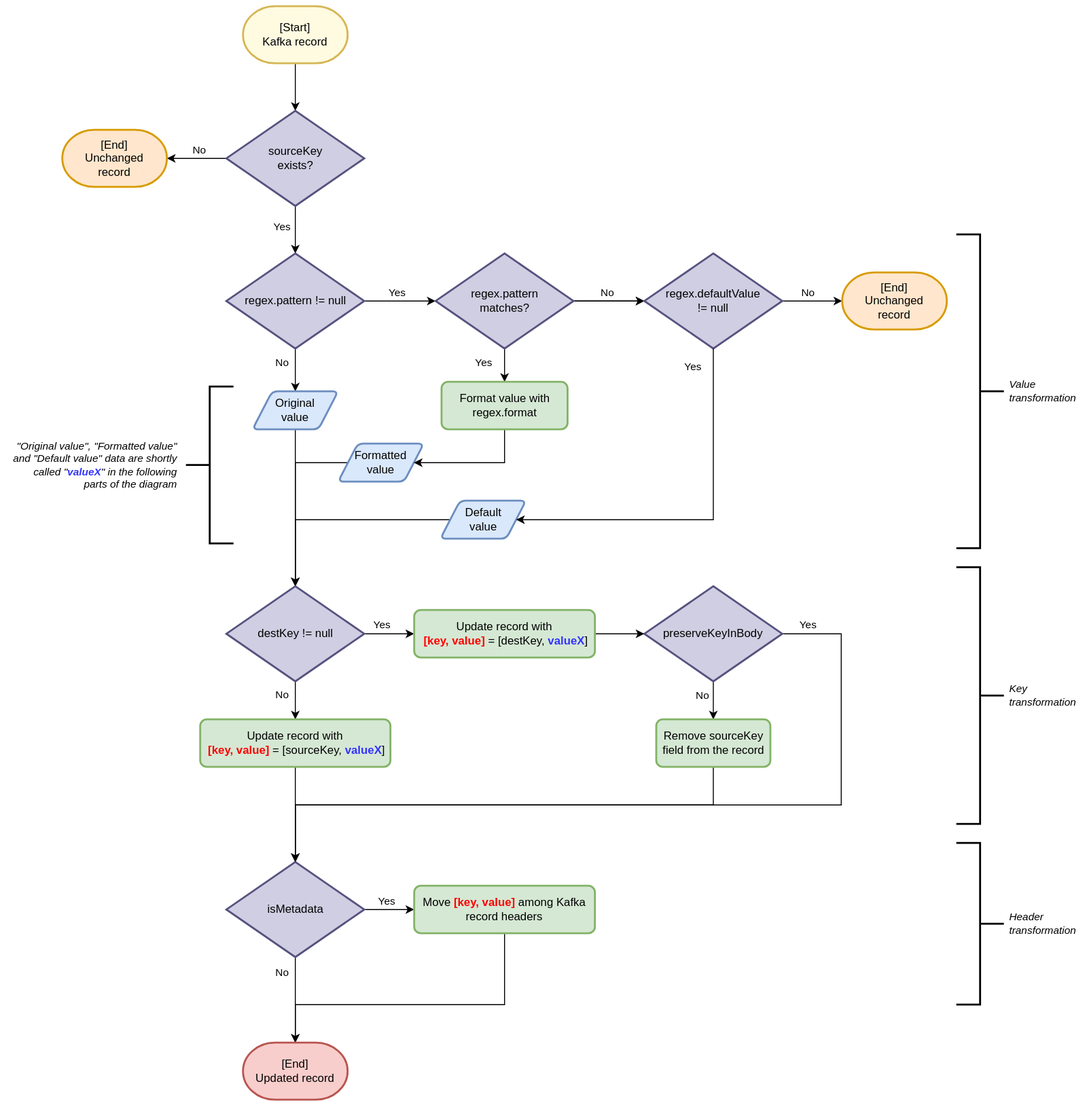
This is doc/architecture-flowchart.svg from IBM/kafka-connect-splunk-transformer, a draw.io export, as it was before one commit. Source tidied: cells renumbered, new cells last; positions are measured from the earlier drawing's top-left corner, leaving out a move shared by most shapes.
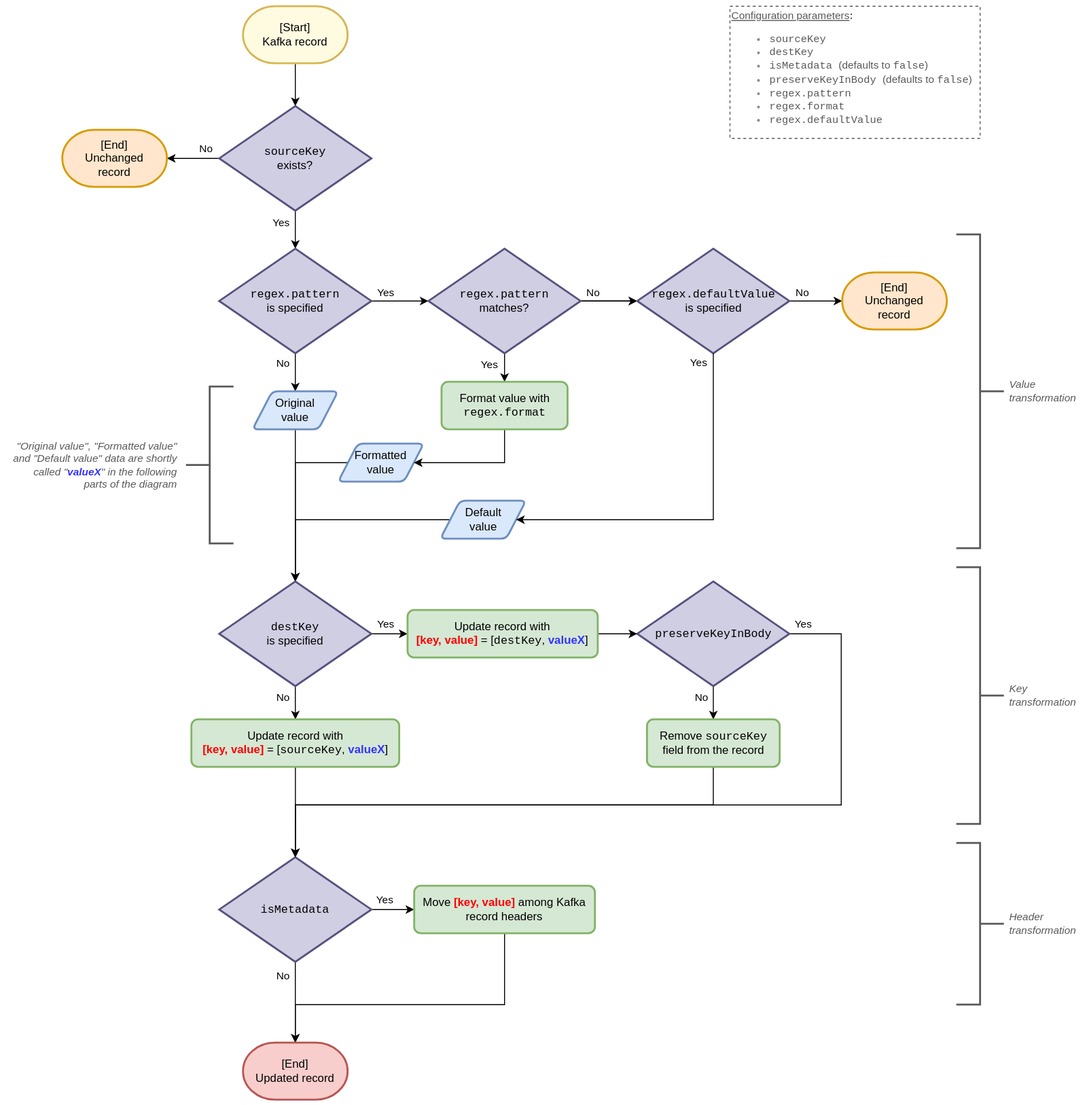
The same diagram one commit later.

Commit message:
Update flowchart diagram

What changed in the source:
```diff
@@ -15,3 +15,3 @@
       <mxGeometry x="-0.03" y="1" relative="1" as="geometry">
-        <mxPoint x="1" y="-11" as="offset" />
+        <mxPoint x="12.9" y="-12" as="offset" />
       </mxGeometry>
@@ -23,7 +23,7 @@
       <mxGeometry x="-0.15" y="-2" relative="1" as="geometry">
-        <mxPoint x="-13" as="offset" />
+        <mxPoint x="-14" y="-4.1" as="offset" />
       </mxGeometry>
     </mxCell>
-    <mxCell id="8" value="sourceKey&lt;br&gt;exists?" style="strokeWidth=2;html=1;shape=mxgraph.flowchart.decision;whiteSpace=wrap;fillColor=#d0cee2;strokeColor=#56517e;" parent="1" vertex="1">
-      <mxGeometry x="232.5" y="110" width="145" height="100" as="geometry" />
+    <mxCell id="8" value="&lt;font face=&quot;Courier New&quot;&gt;sourceKey&lt;/font&gt;&lt;br&gt;exists?" style="strokeWidth=2;html=1;shape=mxgraph.flowchart.decision;whiteSpace=wrap;fillColor=#d0cee2;strokeColor=#56517e;" parent="1" vertex="1">
+      <mxGeometry x="225" y="105" width="160" height="110" as="geometry" />
     </mxCell>
@@ -37,3 +37,3 @@
       <mxGeometry x="0.2" y="2" relative="1" as="geometry">
-        <mxPoint x="-11.5" y="-8" as="offset" />
+        <mxPoint x="-21.9" y="-8" as="offset" />
       </mxGeometry>
@@ -45,7 +45,7 @@
       <mxGeometry x="-0.38" y="-3" relative="1" as="geometry">
-        <mxPoint x="-12" as="offset" />
+        <mxPoint x="-11" y="-2" as="offset" />
       </mxGeometry>
     </mxCell>
-    <mxCell id="14" value="regex.pattern != null" style="strokeWidth=2;html=1;shape=mxgraph.flowchart.decision;whiteSpace=wrap;fillColor=#d0cee2;strokeColor=#56517e;" parent="1" vertex="1">
-      <mxGeometry x="232.5" y="260" width="145" height="100" as="geometry" />
+    <mxCell id="14" value="&lt;font face=&quot;Courier New&quot;&gt;regex.pattern&lt;/font&gt;&lt;br&gt;is specified" style="strokeWidth=2;html=1;shape=mxgraph.flowchart.decision;whiteSpace=wrap;fillColor=#d0cee2;strokeColor=#56517e;" parent="1" vertex="1">
+      <mxGeometry x="225" y="255" width="160" height="110" as="geometry" />
     </mxCell>
@@ -56,3 +56,3 @@
       <mxGeometry x="-0.24" relative="1" as="geometry">
-        <mxPoint x="6.5" y="-10" as="offset" />
+        <mxPoint x="-9.8" y="-10" as="offset" />
       </mxGeometry>
@@ -64,3 +64,3 @@
       <mxGeometry x="-0.38" relative="1" as="geometry">
-        <mxPoint x="-22.5" as="offset" />
+        <mxPoint x="-16.5" y="-4.7" as="offset" />
       </mxGeometry>
@@ -70,4 +70,4 @@
     </mxCell>
-    <mxCell id="20" value="regex.pattern&lt;br&gt;matches?" style="strokeWidth=2;html=1;shape=mxgraph.flowchart.decision;whiteSpace=wrap;fillColor=#d0cee2;strokeColor=#56517e;" parent="1" vertex="1">
-      <mxGeometry x="452.5" y="260" width="145" height="100" as="geometry" />
+    <mxCell id="20" value="&lt;font face=&quot;Courier New&quot;&gt;regex.pattern&lt;/font&gt;&lt;br&gt;matches?" style="strokeWidth=2;html=1;shape=mxgraph.flowchart.decision;whiteSpace=wrap;fillColor=#d0cee2;strokeColor=#56517e;" parent="1" vertex="1">
+      <mxGeometry x="445" y="255" width="160" height="110" as="geometry" />
     </mxCell>
@@ -94,3 +94,3 @@
       <mxGeometry x="-0.17" relative="1" as="geometry">
-        <mxPoint y="-10" as="offset" />
+        <mxPoint x="-10.3" y="-10" as="offset" />
       </mxGeometry>
@@ -104,4 +104,4 @@
     </mxCell>
-    <mxCell id="28" value="regex.defaultValue&lt;br&gt;!= null" style="strokeWidth=2;html=1;shape=mxgraph.flowchart.decision;whiteSpace=wrap;fillColor=#d0cee2;strokeColor=#56517e;" parent="1" vertex="1">
-      <mxGeometry x="672" y="260" width="145" height="100" as="geometry" />
+    <mxCell id="28" value="&lt;font face=&quot;Courier New&quot;&gt;regex.defaultValue&lt;br&gt;&lt;/font&gt;is specified" style="strokeWidth=2;html=1;shape=mxgraph.flowchart.decision;whiteSpace=wrap;fillColor=#d0cee2;strokeColor=#56517e;verticalAlign=middle;" parent="1" vertex="1">
+      <mxGeometry x="664.5" y="255" width="160" height="110" as="geometry" />
     </mxCell>
@@ -115,3 +115,3 @@
       <mxGeometry x="-0.33" y="2" relative="1" as="geometry">
-        <mxPoint y="-8" as="offset" />
+        <mxPoint y="-9" as="offset" />
       </mxGeometry>
@@ -123,7 +123,7 @@
       <mxGeometry x="-0.33" y="-2" relative="1" as="geometry">
-        <mxPoint x="-13" as="offset" />
+        <mxPoint x="-12" y="-1" as="offset" />
       </mxGeometry>
     </mxCell>
-    <mxCell id="34" value="destKey != null" style="strokeWidth=2;html=1;shape=mxgraph.flowchart.decision;whiteSpace=wrap;fillColor=#d0cee2;strokeColor=#56517e;" parent="1" vertex="1">
-      <mxGeometry x="232.5" y="610" width="145" height="100" as="geometry" />
+    <mxCell id="34" value="&lt;font face=&quot;Courier New&quot;&gt;destKey&lt;/font&gt;&lt;br&gt;is specified" style="strokeWidth=2;html=1;shape=mxgraph.flowchart.decision;whiteSpace=wrap;fillColor=#d0cee2;strokeColor=#56517e;" parent="1" vertex="1">
+      <mxGeometry x="225" y="605" width="160" height="110" as="geometry" />
     </mxCell>
@@ -136,3 +136,3 @@
     </mxCell>
-    <mxCell id="36" value="Format value with regex.format" style="rounded=1;whiteSpace=wrap;html=1;absoluteArcSize=1;arcSize=14;strokeWidth=2;fontSize=12;fillColor=#d5e8d4;strokeColor=#82b366;" parent="1" vertex="1">
+    <mxCell id="36" value="Format value with&lt;br&gt;&lt;font face=&quot;Courier New&quot;&gt;regex.format&lt;/font&gt;" style="rounded=1;whiteSpace=wrap;html=1;absoluteArcSize=1;arcSize=14;strokeWidth=2;fontSize=12;fillColor=#d5e8d4;strokeColor=#82b366;" parent="1" vertex="1">
       <mxGeometry x="458.8" y="395" width="132.5" height="50" as="geometry" />
@@ -151,3 +151,3 @@
       <mxGeometry x="-0.82" y="-3" relative="1" as="geometry">
-        <mxPoint x="-19.5" y="-17" as="offset" />
+        <mxPoint x="-12.5" y="-24.3" as="offset" />
       </mxGeometry>
@@ -165,3 +165,3 @@
       <mxGeometry x="-0.94" relative="1" as="geometry">
-        <mxPoint y="-10" as="offset" />
+        <mxPoint x="-11" y="-11" as="offset" />
       </mxGeometry>
@@ -173,7 +173,7 @@
       <mxGeometry x="-0.29" relative="1" as="geometry">
-        <mxPoint x="-12.5" as="offset" />
+        <mxPoint x="-13.5" y="-5" as="offset" />
       </mxGeometry>
     </mxCell>
-    <mxCell id="44" value="preserveKeyInBody" style="strokeWidth=2;html=1;shape=mxgraph.flowchart.decision;whiteSpace=wrap;fillColor=#d0cee2;strokeColor=#56517e;" parent="1" vertex="1">
-      <mxGeometry x="672" y="610" width="145" height="100" as="geometry" />
+    <mxCell id="44" value="&lt;font face=&quot;Courier New&quot;&gt;preserveKeyInBody&lt;/font&gt;" style="strokeWidth=2;html=1;shape=mxgraph.flowchart.decision;whiteSpace=wrap;fillColor=#d0cee2;strokeColor=#56517e;" parent="1" vertex="1">
+      <mxGeometry x="664.5" y="605" width="160" height="110" as="geometry" />
     </mxCell>
@@ -187,4 +187,4 @@
     </mxCell>
-    <mxCell id="46" value="Remove sourceKey field from the record" style="rounded=1;whiteSpace=wrap;html=1;absoluteArcSize=1;arcSize=14;strokeWidth=2;fontSize=12;fillColor=#d5e8d4;strokeColor=#82b366;" parent="1" vertex="1">
-      <mxGeometry x="684.5" y="750" width="120" height="50" as="geometry" />
+    <mxCell id="46" value="Remove &lt;font face=&quot;Courier New&quot;&gt;sourceKey&lt;/font&gt;&lt;br&gt;field from the record" style="rounded=1;whiteSpace=wrap;html=1;absoluteArcSize=1;arcSize=14;strokeWidth=2;fontSize=12;fillColor=#d5e8d4;strokeColor=#82b366;" parent="1" vertex="1">
+      <mxGeometry x="674.8" y="750" width="139.5" height="50" as="geometry" />
     </mxCell>
@@ -193,9 +193,9 @@
     </mxCell>
-    <mxCell id="48" value="Update record with&lt;br&gt;&lt;font color=&quot;#ff0000&quot;&gt;&amp;nbsp;&lt;b&gt;[key, value]&lt;/b&gt;&lt;/font&gt; = [destKey, &lt;b&gt;&lt;font color=&quot;#3333ff&quot;&gt;valueX&lt;/font&gt;&lt;/b&gt;]" style="rounded=1;whiteSpace=wrap;html=1;absoluteArcSize=1;arcSize=14;strokeWidth=2;fontSize=12;fillColor=#d5e8d4;strokeColor=#82b366;" parent="1" vertex="1">
-      <mxGeometry x="430" y="635" width="190" height="50" as="geometry" />
+    <mxCell id="48" value="Update record with&lt;br&gt;&lt;font color=&quot;#ff0000&quot;&gt;&lt;b&gt;[key, value]&lt;/b&gt;&lt;/font&gt; = [&lt;font face=&quot;Courier New&quot;&gt;destKey&lt;/font&gt;, &lt;b&gt;&lt;font color=&quot;#3333ff&quot;&gt;valueX&lt;/font&gt;&lt;/b&gt;]" style="rounded=1;whiteSpace=wrap;html=1;absoluteArcSize=1;arcSize=14;strokeWidth=2;fontSize=12;fillColor=#d5e8d4;strokeColor=#82b366;" parent="1" vertex="1">
+      <mxGeometry x="423" y="635" width="200" height="50" as="geometry" />
     </mxCell>
-    <mxCell id="49" style="strokeWidth=2;html=1;shape=mxgraph.flowchart.annotation_2;align=left;labelPosition=right;fontSize=11;" parent="1" vertex="1">
+    <mxCell id="49" style="strokeWidth=2;html=1;shape=mxgraph.flowchart.annotation_2;align=left;labelPosition=right;fontSize=11;fillColor=#f5f5f5;strokeColor=#595959;fontColor=#595959;" parent="1" vertex="1">
       <mxGeometry x="190" y="400" width="50" height="165" as="geometry" />
     </mxCell>
-    <mxCell id="50" value="&quot;Original value&quot;, &quot;Formatted value&quot;&lt;br&gt;and &quot;Default value&quot; data are shortly&lt;br&gt;called &quot;&lt;b&gt;&lt;font color=&quot;#3333ff&quot;&gt;valueX&lt;/font&gt;&lt;/b&gt;&quot; in the following&lt;br&gt;parts of the diagram" style="text;html=1;align=right;verticalAlign=middle;fontSize=11;fontStyle=2;" parent="1" vertex="1">
+    <mxCell id="50" value="&quot;Original value&quot;, &quot;Formatted value&quot;&lt;br&gt;and &quot;Default value&quot; data are shortly&lt;br&gt;called &quot;&lt;b&gt;&lt;font color=&quot;#3333ff&quot;&gt;valueX&lt;/font&gt;&lt;/b&gt;&quot; in the following&lt;br&gt;parts of the diagram" style="text;html=1;align=right;verticalAlign=middle;fontSize=11;fontStyle=2;fontColor=#595959;" parent="1" vertex="1">
       <mxGeometry y="454.5" width="182" height="56" as="geometry" />
@@ -207,3 +207,3 @@
       <mxGeometry x="-0.22" y="2" relative="1" as="geometry">
-        <mxPoint x="1.5" y="-8" as="offset" />
+        <mxPoint x="-4.5" y="-9" as="offset" />
       </mxGeometry>
@@ -215,7 +215,7 @@
       <mxGeometry x="-0.56" y="1" relative="1" as="geometry">
-        <mxPoint x="-16" y="-5" as="offset" />
+        <mxPoint x="-15" y="-5" as="offset" />
       </mxGeometry>
     </mxCell>
-    <mxCell id="55" value="isMetadata" style="strokeWidth=2;html=1;shape=mxgraph.flowchart.decision;whiteSpace=wrap;fillColor=#d0cee2;strokeColor=#56517e;" parent="1" vertex="1">
-      <mxGeometry x="232.5" y="900" width="145" height="100" as="geometry" />
+    <mxCell id="55" value="&lt;font face=&quot;Courier New&quot;&gt;isMetadata&lt;/font&gt;" style="strokeWidth=2;html=1;shape=mxgraph.flowchart.decision;whiteSpace=wrap;fillColor=#d0cee2;strokeColor=#56517e;" parent="1" vertex="1">
+      <mxGeometry x="225" y="895" width="160" height="110" as="geometry" />
     </mxCell>
@@ -224,15 +224,15 @@
     </mxCell>
-    <mxCell id="57" value="Update record with&lt;br&gt;&amp;nbsp;&lt;font color=&quot;#ff0000&quot;&gt;&lt;b&gt;[key, value]&lt;/b&gt;&lt;/font&gt; = [sourceKey, &lt;b&gt;&lt;font color=&quot;#3333ff&quot;&gt;valueX&lt;/font&gt;&lt;/b&gt;]" style="rounded=1;whiteSpace=wrap;html=1;absoluteArcSize=1;arcSize=14;strokeWidth=2;fontSize=12;fillColor=#d5e8d4;strokeColor=#82b366;" parent="1" vertex="1">
-      <mxGeometry x="205" y="750" width="200" height="50" as="geometry" />
+    <mxCell id="57" value="Update record with&lt;br&gt;&lt;font color=&quot;#ff0000&quot;&gt;&lt;b&gt;[key, value]&lt;/b&gt;&lt;/font&gt; = [&lt;font face=&quot;Courier New&quot;&gt;sourceKey&lt;/font&gt;, &lt;font color=&quot;#3333ff&quot; style=&quot;font-weight: bold&quot;&gt;valueX&lt;/font&gt;]" style="rounded=1;whiteSpace=wrap;html=1;absoluteArcSize=1;arcSize=14;strokeWidth=2;fontSize=12;fillColor=#d5e8d4;strokeColor=#82b366;" parent="1" vertex="1">
+      <mxGeometry x="195.8" y="750" width="218.5" height="50" as="geometry" />
     </mxCell>
-    <mxCell id="58" style="strokeWidth=2;html=1;shape=mxgraph.flowchart.annotation_2;align=left;labelPosition=right;fontSize=11;rotation=-180;" parent="1" vertex="1">
+    <mxCell id="58" style="strokeWidth=2;html=1;shape=mxgraph.flowchart.annotation_2;align=left;labelPosition=right;fontSize=11;rotation=-180;fillColor=#f5f5f5;strokeColor=#595959;fontColor=#595959;" parent="1" vertex="1">
       <mxGeometry x="1000" y="240" width="50" height="330" as="geometry" />
     </mxCell>
-    <mxCell id="59" value="Value&lt;br&gt;transformation" style="text;html=1;align=left;verticalAlign=middle;fontSize=11;fontStyle=2;" parent="1" vertex="1">
+    <mxCell id="59" value="Value&lt;br&gt;transformation" style="text;html=1;align=left;verticalAlign=middle;fontSize=11;fontStyle=2;fontColor=#595959;" parent="1" vertex="1">
       <mxGeometry x="1054" y="390" width="80" height="30" as="geometry" />
     </mxCell>
-    <mxCell id="60" style="strokeWidth=2;html=1;shape=mxgraph.flowchart.annotation_2;align=left;labelPosition=right;fontSize=11;rotation=-180;" parent="1" vertex="1">
+    <mxCell id="60" style="strokeWidth=2;html=1;shape=mxgraph.flowchart.annotation_2;align=left;labelPosition=right;fontSize=11;rotation=-180;strokeColor=#595959;fontColor=#595959;" parent="1" vertex="1">
       <mxGeometry x="1000" y="590" width="50" height="270" as="geometry" />
     </mxCell>
-    <mxCell id="61" value="Key&lt;br&gt;transformation" style="text;html=1;align=left;verticalAlign=middle;fontSize=11;fontStyle=2;" parent="1" vertex="1">
+    <mxCell id="61" value="Key&lt;br&gt;transformation" style="text;html=1;align=left;verticalAlign=middle;fontSize=11;fontStyle=2;fontColor=#595959;" parent="1" vertex="1">
       <mxGeometry x="1054" y="710" width="80" height="30" as="geometry" />
@@ -253,8 +253,11 @@
     </mxCell>
-    <mxCell id="65" style="strokeWidth=2;html=1;shape=mxgraph.flowchart.annotation_2;align=left;labelPosition=right;fontSize=11;rotation=-180;" parent="1" vertex="1">
+    <mxCell id="65" style="strokeWidth=2;html=1;shape=mxgraph.flowchart.annotation_2;align=left;labelPosition=right;fontSize=11;rotation=-180;strokeColor=#595959;fontColor=#595959;" parent="1" vertex="1">
       <mxGeometry x="1000" y="880" width="50" height="170" as="geometry" />
     </mxCell>
-    <mxCell id="66" value="Header&lt;br&gt;transformation" style="text;html=1;align=left;verticalAlign=middle;fontSize=11;fontStyle=2;" parent="1" vertex="1">
+    <mxCell id="66" value="Header&lt;br&gt;transformation" style="text;html=1;align=left;verticalAlign=middle;fontSize=11;fontStyle=2;fontColor=#595959;" parent="1" vertex="1">
       <mxGeometry x="1054" y="950" width="80" height="30" as="geometry" />
     </mxCell>
+    <mxCell id="67" value="&lt;font color=&quot;#595959&quot; style=&quot;font-size: 11px&quot;&gt;&lt;u&gt;Configuration parameters&lt;/u&gt;&lt;b&gt;:&lt;/b&gt;&lt;br&gt;&lt;/font&gt;&lt;ul style=&quot;font-size: 11px&quot;&gt;&lt;li&gt;&lt;font face=&quot;Courier New&quot; color=&quot;#595959&quot; style=&quot;font-size: 11px&quot;&gt;sourceKey&lt;/font&gt;&lt;/li&gt;&lt;li&gt;&lt;font face=&quot;Courier New&quot; color=&quot;#595959&quot; style=&quot;font-size: 11px&quot;&gt;destKey&lt;/font&gt;&lt;/li&gt;&lt;li&gt;&lt;font color=&quot;#595959&quot; style=&quot;font-size: 11px&quot;&gt;&lt;font face=&quot;Courier New&quot; style=&quot;font-size: 11px&quot;&gt;isMetadata &lt;/font&gt;(defaults to &lt;font face=&quot;Courier New&quot; style=&quot;font-size: 11px&quot;&gt;false&lt;/font&gt;)&lt;/font&gt;&lt;/li&gt;&lt;li&gt;&lt;font color=&quot;#595959&quot; style=&quot;font-size: 11px&quot;&gt;&lt;font face=&quot;Courier New&quot; style=&quot;font-size: 11px&quot;&gt;preserveKeyInBody&amp;nbsp;&lt;/font&gt;(defaults to&amp;nbsp;&lt;font face=&quot;Courier New&quot; style=&quot;font-size: 11px&quot;&gt;false&lt;/font&gt;)&lt;/font&gt;&lt;/li&gt;&lt;li&gt;&lt;font face=&quot;Courier New&quot; color=&quot;#595959&quot; style=&quot;font-size: 11px&quot;&gt;regex.pattern&lt;/font&gt;&lt;/li&gt;&lt;li&gt;&lt;font face=&quot;Courier New&quot; color=&quot;#595959&quot; style=&quot;font-size: 11px&quot;&gt;regex.format&lt;/font&gt;&lt;/li&gt;&lt;li&gt;&lt;font face=&quot;Courier New&quot; color=&quot;#595959&quot; style=&quot;font-size: 11px&quot;&gt;regex.defaultValue&lt;/font&gt;&lt;/li&gt;&lt;/ul&gt;" style="text;html=1;align=left;verticalAlign=middle;rounded=0;dashed=1;fontColor=#8F8F8F;strokeColor=#595959;" parent="1" vertex="1">
+      <mxGeometry x="762" width="263" height="139" as="geometry" />
+    </mxCell>
   </root>
```
